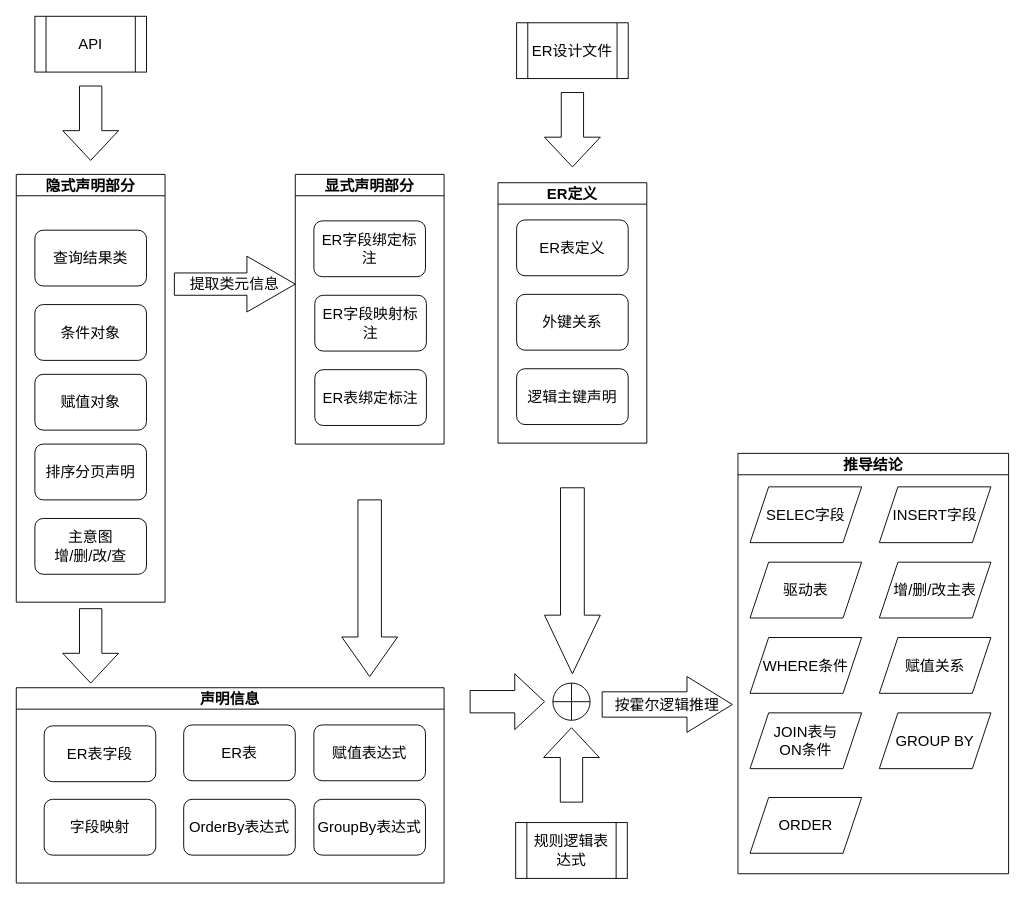
This is SQL生成.drawio from tenyks/activiti-demo, a draw.io file, before an edit. Source tidied: cells renumbered, new cells numbered last; positions are measured from the earlier drawing's top-left corner, leaving out a move shared by most shapes. Both pictures are drawn from the tidied source at 93%, with x=0, y=0 at pixel (16, 16).
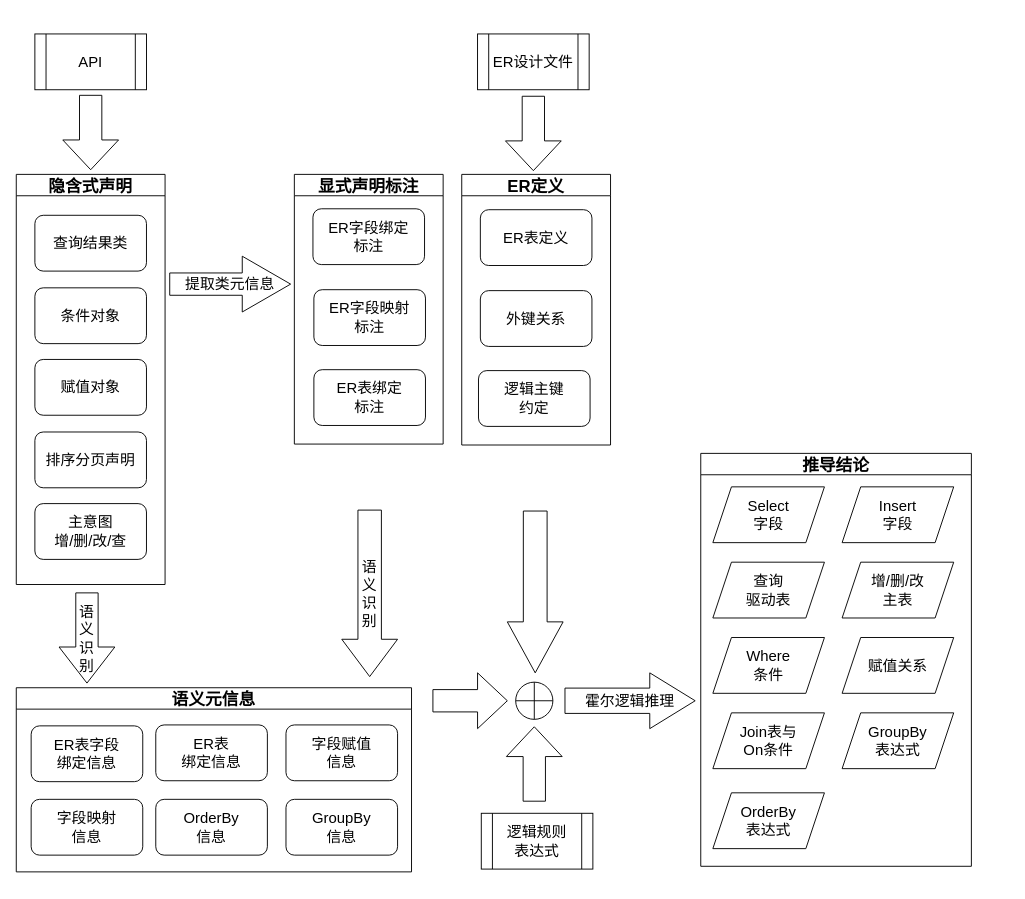
After the change.

What changed in the source:
```diff
@@
     <mxCell id="2" value="条件对象" style="rounded=1;whiteSpace=wrap;html=1;fontSize=16;" parent="1" vertex="1">
-      <mxGeometry x="20" y="310" width="120" height="60" as="geometry" />
+      <mxGeometry x="20" y="292" width="120" height="60" as="geometry" />
     </mxCell>
-    <mxCell id="3" value="ER表字段" style="rounded=1;whiteSpace=wrap;html=1;fontSize=16;" parent="1" vertex="1">
-      <mxGeometry x="30" y="763" width="120" height="60" as="geometry" />
+    <mxCell id="3" value="ER表字段&lt;br&gt;绑定信息" style="rounded=1;whiteSpace=wrap;html=1;fontSize=16;" parent="1" vertex="1">
+      <mxGeometry x="16" y="763" width="120" height="60" as="geometry" />
     </mxCell>
     <mxCell id="4" value="赋值对象" style="rounded=1;whiteSpace=wrap;html=1;fontSize=16;" parent="1" vertex="1">
-      <mxGeometry x="20" y="385" width="120" height="60" as="geometry" />
+      <mxGeometry x="20" y="369" width="120" height="60" as="geometry" />
     </mxCell>
     <mxCell id="5" value="排序分页声明" style="rounded=1;whiteSpace=wrap;html=1;fontSize=16;" parent="1" vertex="1">
-      <mxGeometry x="20" y="460" width="120" height="60" as="geometry" />
+      <mxGeometry x="20" y="447" width="120" height="60" as="geometry" />
     </mxCell>
     <mxCell id="6" value="主意图&lt;br style=&quot;font-size: 16px;&quot;&gt;增/删/改/查" style="rounded=1;whiteSpace=wrap;html=1;fontSize=16;" parent="1" vertex="1">
-      <mxGeometry x="20" y="540" width="120" height="60" as="geometry" />
+      <mxGeometry x="20" y="524" width="120" height="60" as="geometry" />
     </mxCell>
     <mxCell id="7" value="API" style="shape=process;whiteSpace=wrap;html=1;backgroundOutline=1;fontSize=16;" parent="1" vertex="1">
-      <mxGeometry x="20" width="120" height="60" as="geometry" />
+      <mxGeometry x="20" y="19" width="120" height="60" as="geometry" />
     </mxCell>
     <mxCell id="8" style="shape=singleArrow;whiteSpace=wrap;html=1;arrowWidth=0.4;arrowSize=0.4;direction=south;fontSize=16;" parent="1" vertex="1">
-      <mxGeometry x="50" y="75" width="60" height="80" as="geometry" />
+      <mxGeometry x="50" y="85" width="60" height="80" as="geometry" />
     </mxCell>
     <mxCell id="9" value="提取类元信息" style="shape=singleArrow;whiteSpace=wrap;html=1;arrowWidth=0.4;arrowSize=0.4;fontSize=16;" parent="1" vertex="1">
-      <mxGeometry x="170" y="258" width="130" height="60" as="geometry" />
+      <mxGeometry x="165" y="258" width="130" height="60" as="geometry" />
     </mxCell>
     <mxCell id="10" value="ER设计文件" style="shape=process;whiteSpace=wrap;html=1;backgroundOutline=1;fontSize=16;" parent="1" vertex="1">
-      <mxGeometry x="538" y="7" width="120" height="60" as="geometry" />
+      <mxGeometry x="496" y="19" width="120" height="60" as="geometry" />
     </mxCell>
     <mxCell id="11" value="查询结果类" style="rounded=1;whiteSpace=wrap;html=1;fontSize=16;" parent="1" vertex="1">
-      <mxGeometry x="20" y="230" width="120" height="60" as="geometry" />
+      <mxGeometry x="20" y="214" width="120" height="60" as="geometry" />
     </mxCell>
-    <mxCell id="12" value="隐式声明部分" style="swimlane;fontSize=16;" parent="1" vertex="1">
-      <mxGeometry y="170" width="160" height="460" as="geometry" />
+    <mxCell id="12" value="隐含式声明" style="swimlane;fontSize=18;" parent="1" vertex="1">
+      <mxGeometry y="170" width="160" height="441" as="geometry" />
     </mxCell>
-    <mxCell id="13" value="显式声明部分" style="swimlane;fontSize=16;" parent="1" vertex="1">
-      <mxGeometry x="300" y="170" width="160" height="290" as="geometry" />
+    <mxCell id="13" value="显式声明标注" style="swimlane;fontSize=18;" parent="1" vertex="1">
+      <mxGeometry x="299" y="170" width="160" height="290" as="geometry" />
     </mxCell>
-    <mxCell id="14" value="ER表绑定标注" style="rounded=1;whiteSpace=wrap;html=1;fontSize=16;" parent="13" vertex="1">
+    <mxCell id="14" value="ER表绑定&lt;br&gt;标注" style="rounded=1;whiteSpace=wrap;html=1;fontSize=16;" parent="13" vertex="1">
       <mxGeometry x="21" y="210" width="120" height="60" as="geometry" />
     </mxCell>
-    <mxCell id="15" value="ER字段映射标注" style="rounded=1;whiteSpace=wrap;html=1;fontSize=16;" parent="13" vertex="1">
-      <mxGeometry x="21" y="130" width="120" height="60" as="geometry" />
+    <mxCell id="15" value="ER字段映射&lt;br&gt;标注" style="rounded=1;whiteSpace=wrap;html=1;fontSize=16;" parent="13" vertex="1">
+      <mxGeometry x="21" y="124" width="120" height="60" as="geometry" />
     </mxCell>
-    <mxCell id="16" value="ER字段绑定标注" style="rounded=1;whiteSpace=wrap;html=1;fontSize=16;" parent="13" vertex="1">
-      <mxGeometry x="20" y="50" width="120" height="60" as="geometry" />
+    <mxCell id="16" value="ER字段绑定&lt;br&gt;标注" style="rounded=1;whiteSpace=wrap;html=1;fontSize=16;" parent="13" vertex="1">
+      <mxGeometry x="20" y="37" width="120" height="60" as="geometry" />
     </mxCell>
-    <mxCell id="17" style="shape=singleArrow;whiteSpace=wrap;html=1;arrowWidth=0.4204376220703125;arrowSize=0.2240781917128452;direction=south;fontSize=16;" parent="1" vertex="1">
-      <mxGeometry x="350" y="520" width="60" height="190" as="geometry" />
+    <mxCell id="17" value="语&lt;br&gt;义&lt;br&gt;识&lt;br&gt;别" style="shape=singleArrow;whiteSpace=wrap;html=1;arrowWidth=0.4204376220703125;arrowSize=0.2240781917128452;direction=south;fontSize=16;" parent="1" vertex="1">
+      <mxGeometry x="350" y="531" width="60" height="179" as="geometry" />
     </mxCell>
     <mxCell id="18" style="shape=orEllipse;perimeter=ellipsePerimeter;whiteSpace=wrap;html=1;backgroundOutline=1;fontSize=16;" parent="1" vertex="1">
-      <mxGeometry x="577" y="717" width="40" height="40" as="geometry" />
+      <mxGeometry x="537" y="716" width="40" height="40" as="geometry" />
     </mxCell>
-    <mxCell id="19" value="推导结论" style="swimlane;fontSize=16;" parent="1" vertex="1">
-      <mxGeometry x="776" y="470" width="291" height="452" as="geometry" />
+    <mxCell id="19" value="推导结论" style="swimlane;fontSize=18;" parent="1" vertex="1">
+      <mxGeometry x="736" y="470" width="291" height="444" as="geometry" />
     </mxCell>
-    <mxCell id="20" value="INSERT字段" style="shape=parallelogram;perimeter=parallelogramPerimeter;whiteSpace=wrap;html=1;fixedSize=1;fontSize=16;" parent="19" vertex="1">
+    <mxCell id="20" value="Insert&lt;br&gt;字段" style="shape=parallelogram;perimeter=parallelogramPerimeter;whiteSpace=wrap;html=1;fixedSize=1;fontSize=16;" parent="19" vertex="1">
       <mxGeometry x="152" y="36" width="120" height="60" as="geometry" />
     </mxCell>
@@
-    <mxCell id="22" value="增/删/改主表" style="shape=parallelogram;perimeter=parallelogramPerimeter;whiteSpace=wrap;html=1;fixedSize=1;fontSize=16;" parent="19" vertex="1">
+    <mxCell id="22" value="增/删/改&lt;br&gt;主表" style="shape=parallelogram;perimeter=parallelogramPerimeter;whiteSpace=wrap;html=1;fixedSize=1;fontSize=16;" parent="19" vertex="1">
       <mxGeometry x="152" y="117" width="120" height="60" as="geometry" />
     </mxCell>
-    <mxCell id="23" value="JOIN表与&lt;br&gt;ON条件" style="shape=parallelogram;perimeter=parallelogramPerimeter;whiteSpace=wrap;html=1;fixedSize=1;fontSize=16;" parent="19" vertex="1">
+    <mxCell id="23" value="Join表与&lt;br&gt;On条件" style="shape=parallelogram;perimeter=parallelogramPerimeter;whiteSpace=wrap;html=1;fixedSize=1;fontSize=16;" parent="19" vertex="1">
       <mxGeometry x="13" y="279" width="120" height="60" as="geometry" />
     </mxCell>
-    <mxCell id="24" value="WHERE条件" style="shape=parallelogram;perimeter=parallelogramPerimeter;whiteSpace=wrap;html=1;fixedSize=1;fontSize=16;" parent="19" vertex="1">
+    <mxCell id="24" value="Where&lt;br&gt;条件" style="shape=parallelogram;perimeter=parallelogramPerimeter;whiteSpace=wrap;html=1;fixedSize=1;fontSize=16;" parent="19" vertex="1">
       <mxGeometry x="13" y="198" width="120" height="60" as="geometry" />
     </mxCell>
-    <mxCell id="25" value="ORDER" style="shape=parallelogram;perimeter=parallelogramPerimeter;whiteSpace=wrap;html=1;fixedSize=1;fontSize=16;" parent="19" vertex="1">
-      <mxGeometry x="13" y="370" width="120" height="60" as="geometry" />
+    <mxCell id="25" value="OrderBy&lt;br&gt;表达式" style="shape=parallelogram;perimeter=parallelogramPerimeter;whiteSpace=wrap;html=1;fixedSize=1;fontSize=16;" parent="19" vertex="1">
+      <mxGeometry x="13" y="365" width="120" height="60" as="geometry" />
     </mxCell>
-    <mxCell id="26" value="GROUP BY" style="shape=parallelogram;perimeter=parallelogramPerimeter;whiteSpace=wrap;html=1;fixedSize=1;fontSize=16;" parent="19" vertex="1">
+    <mxCell id="26" value="GroupBy&lt;br&gt;表达式" style="shape=parallelogram;perimeter=parallelogramPerimeter;whiteSpace=wrap;html=1;fixedSize=1;fontSize=16;" parent="19" vertex="1">
       <mxGeometry x="152" y="279" width="120" height="60" as="geometry" />
     </mxCell>
-    <mxCell id="27" value="SELEC字段" style="shape=parallelogram;perimeter=parallelogramPerimeter;whiteSpace=wrap;html=1;fixedSize=1;fontSize=16;" parent="19" vertex="1">
+    <mxCell id="27" value="Select&lt;br&gt;字段" style="shape=parallelogram;perimeter=parallelogramPerimeter;whiteSpace=wrap;html=1;fixedSize=1;fontSize=16;" parent="19" vertex="1">
       <mxGeometry x="13" y="36" width="120" height="60" as="geometry" />
     </mxCell>
-    <mxCell id="28" value="驱动表" style="shape=parallelogram;perimeter=parallelogramPerimeter;whiteSpace=wrap;html=1;fixedSize=1;fontSize=16;" parent="19" vertex="1">
+    <mxCell id="28" value="查询&lt;br&gt;驱动表" style="shape=parallelogram;perimeter=parallelogramPerimeter;whiteSpace=wrap;html=1;fixedSize=1;fontSize=16;" parent="19" vertex="1">
       <mxGeometry x="13" y="117" width="120" height="60" as="geometry" />
     </mxCell>
-    <mxCell id="29" value="声明信息" style="swimlane;fontSize=16;" parent="1" vertex="1">
-      <mxGeometry y="722" width="460" height="210" as="geometry" />
+    <mxCell id="29" value="语义元信息" style="swimlane;fontSize=18;startSize=23;" parent="1" vertex="1">
+      <mxGeometry y="722" width="425" height="198" as="geometry" />
     </mxCell>
-    <mxCell id="30" value="字段映射" style="rounded=1;whiteSpace=wrap;html=1;fontSize=16;" parent="29" vertex="1">
-      <mxGeometry x="30" y="120" width="120" height="60" as="geometry" />
+    <mxCell id="30" value="字段映射&lt;br&gt;信息" style="rounded=1;whiteSpace=wrap;html=1;fontSize=16;" parent="29" vertex="1">
+      <mxGeometry x="16" y="120" width="120" height="60" as="geometry" />
     </mxCell>
-    <mxCell id="31" value="OrderBy表达式" style="rounded=1;whiteSpace=wrap;html=1;fontSize=16;" parent="29" vertex="1">
-      <mxGeometry x="180" y="120" width="120" height="60" as="geometry" />
+    <mxCell id="31" value="OrderBy&lt;br&gt;信息" style="rounded=1;whiteSpace=wrap;html=1;fontSize=16;" parent="29" vertex="1">
+      <mxGeometry x="150" y="120" width="120" height="60" as="geometry" />
     </mxCell>
-    <mxCell id="32" value="赋值表达式" style="rounded=1;whiteSpace=wrap;html=1;fontSize=16;" parent="29" vertex="1">
-      <mxGeometry x="320" y="40" width="120" height="60" as="geometry" />
+    <mxCell id="32" value="字段赋值&lt;br&gt;信息" style="rounded=1;whiteSpace=wrap;html=1;fontSize=16;" parent="29" vertex="1">
+      <mxGeometry x="290" y="40" width="120" height="60" as="geometry" />
     </mxCell>
-    <mxCell id="33" value="GroupBy表达式" style="rounded=1;whiteSpace=wrap;html=1;fontSize=16;" parent="29" vertex="1">
-      <mxGeometry x="320" y="120" width="120" height="60" as="geometry" />
+    <mxCell id="33" value="GroupBy&lt;br&gt;信息" style="rounded=1;whiteSpace=wrap;html=1;fontSize=16;" parent="29" vertex="1">
+      <mxGeometry x="290" y="120" width="120" height="60" as="geometry" />
     </mxCell>
-    <mxCell id="34" value="ER表" style="rounded=1;whiteSpace=wrap;html=1;fontSize=16;" parent="29" vertex="1">
-      <mxGeometry x="180" y="40" width="120" height="60" as="geometry" />
+    <mxCell id="34" value="ER表&lt;br&gt;绑定信息" style="rounded=1;whiteSpace=wrap;html=1;fontSize=16;" parent="29" vertex="1">
+      <mxGeometry x="150" y="40" width="120" height="60" as="geometry" />
     </mxCell>
-    <mxCell id="35" value="ER定义" style="swimlane;fontSize=16;" parent="1" vertex="1">
-      <mxGeometry x="518" y="179" width="160" height="280" as="geometry" />
+    <mxCell id="35" value="ER定义" style="swimlane;fontSize=18;" parent="1" vertex="1">
+      <mxGeometry x="479" y="170" width="160" height="291" as="geometry" />
     </mxCell>
     <mxCell id="36" value="外键关系" style="rounded=1;whiteSpace=wrap;html=1;fontSize=16;" parent="35" vertex="1">
-      <mxGeometry x="20" y="120" width="120" height="60" as="geometry" />
+      <mxGeometry x="20" y="125" width="120" height="60" as="geometry" />
     </mxCell>
-    <mxCell id="37" value="逻辑主键声明" style="rounded=1;whiteSpace=wrap;html=1;fontSize=16;" parent="35" vertex="1">
-      <mxGeometry x="20" y="200" width="120" height="60" as="geometry" />
+    <mxCell id="37" value="逻辑主键&lt;br&gt;约定" style="rounded=1;whiteSpace=wrap;html=1;fontSize=16;" parent="35" vertex="1">
+      <mxGeometry x="18" y="211" width="120" height="60" as="geometry" />
     </mxCell>
     <mxCell id="38" value="ER表定义" style="rounded=1;whiteSpace=wrap;html=1;fontSize=16;" parent="35" vertex="1">
-      <mxGeometry x="20" y="40" width="120" height="60" as="geometry" />
+      <mxGeometry x="20" y="38" width="120" height="60" as="geometry" />
     </mxCell>
     <mxCell id="39" style="shape=singleArrow;whiteSpace=wrap;html=1;arrowWidth=0.42594451904296876;arrowSize=0.3151368574662642;direction=south;fontSize=16;" parent="1" vertex="1">
-      <mxGeometry x="568" y="507" width="60" height="200" as="geometry" />
+      <mxGeometry x="528" y="532" width="60" height="174" as="geometry" />
     </mxCell>
-    <mxCell id="40" style="shape=singleArrow;whiteSpace=wrap;html=1;arrowWidth=0.4;arrowSize=0.4;direction=south;fontSize=16;" parent="1" vertex="1">
-      <mxGeometry x="50" y="637" width="60" height="80" as="geometry" />
+    <mxCell id="40" value="语&lt;br&gt;义&lt;br&gt;识&lt;br&gt;别" style="shape=singleArrow;whiteSpace=wrap;html=1;arrowWidth=0.4;arrowSize=0.4;direction=south;fontSize=16;" parent="1" vertex="1">
+      <mxGeometry x="46" y="620" width="60" height="97" as="geometry" />
     </mxCell>
     <mxCell id="41" style="shape=singleArrow;whiteSpace=wrap;html=1;arrowWidth=0.4;arrowSize=0.4;direction=north;fontSize=16;" parent="1" vertex="1">
-      <mxGeometry x="567" y="765" width="60" height="80" as="geometry" />
+      <mxGeometry x="527" y="764" width="60" height="80" as="geometry" />
     </mxCell>
-    <mxCell id="42" value="按霍尔逻辑推理" style="shape=singleArrow;whiteSpace=wrap;html=1;arrowWidth=0.45376993815104166;arrowSize=0.3487031664167132;direction=east;fontSize=16;" parent="1" vertex="1">
-      <mxGeometry x="630" y="710" width="140" height="60" as="geometry" />
+    <mxCell id="42" value="霍尔逻辑推理" style="shape=singleArrow;whiteSpace=wrap;html=1;arrowWidth=0.45376993815104166;arrowSize=0.3487031664167132;direction=east;fontSize=16;" parent="1" vertex="1">
+      <mxGeometry x="590" y="706" width="140" height="60" as="geometry" />
     </mxCell>
-    <mxCell id="43" value="规则逻辑表达式" style="shape=process;whiteSpace=wrap;html=1;backgroundOutline=1;fontSize=16;" parent="1" vertex="1">
-      <mxGeometry x="537" y="867" width="120" height="60" as="geometry" />
+    <mxCell id="43" value="逻辑规则&lt;br&gt;表达式" style="shape=process;whiteSpace=wrap;html=1;backgroundOutline=1;fontSize=16;" parent="1" vertex="1">
+      <mxGeometry x="500" y="857" width="120" height="60" as="geometry" />
     </mxCell>
     <mxCell id="44" style="shape=singleArrow;whiteSpace=wrap;html=1;arrowWidth=0.4;arrowSize=0.4;direction=east;fontSize=16;" parent="1" vertex="1">
-      <mxGeometry x="488" y="707" width="80" height="60" as="geometry" />
+      <mxGeometry x="448" y="706" width="80" height="60" as="geometry" />
     </mxCell>
     <mxCell id="45" style="shape=singleArrow;whiteSpace=wrap;html=1;arrowWidth=0.4;arrowSize=0.4;direction=south;fontSize=16;" parent="1" vertex="1">
-      <mxGeometry x="568" y="82" width="60" height="80" as="geometry" />
+      <mxGeometry x="526" y="86" width="60" height="80" as="geometry" />
     </mxCell>
```
